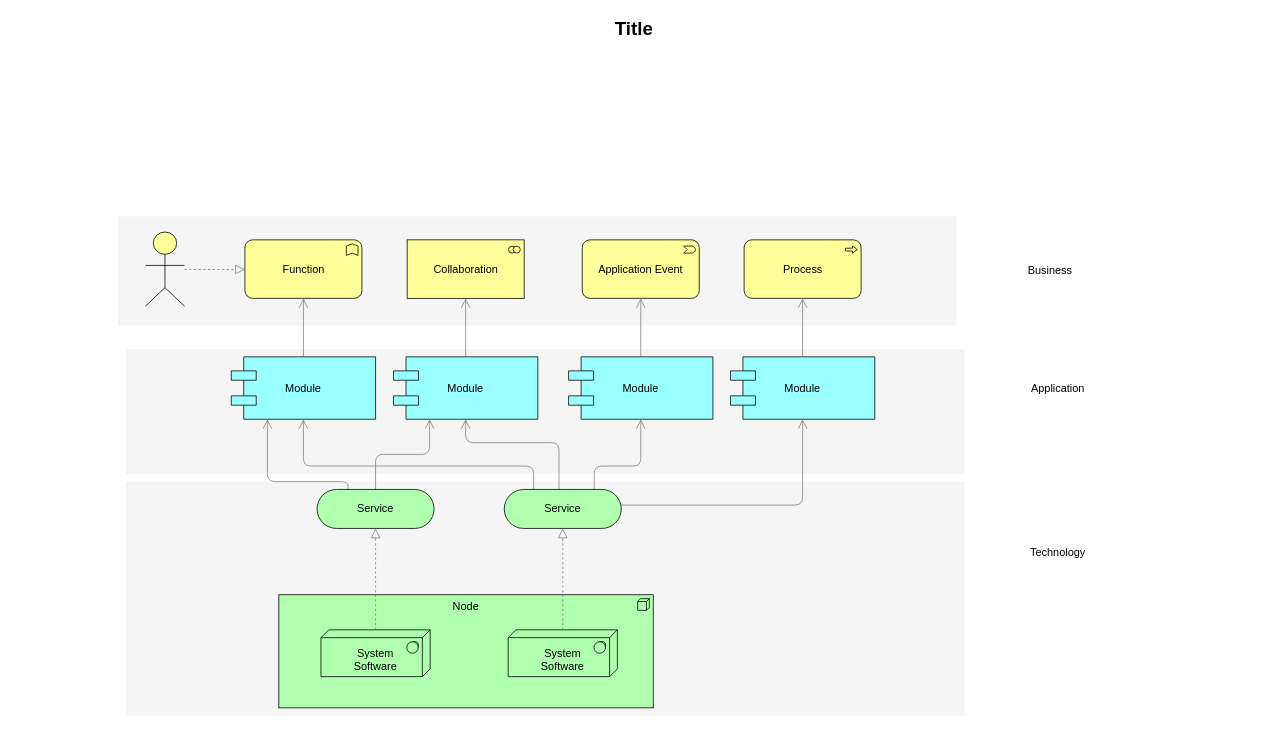
This is 未命名绘图.drawio from napoleon2046/docs, a draw.io file, before an edit. Source tidied: cells renumbered, new cells numbered last; positions are measured from the earlier drawing's top-left corner, leaving out a move shared by most shapes. Both pictures are drawn from the tidied source at 78%, with x=0, y=0 at pixel (13, 13).
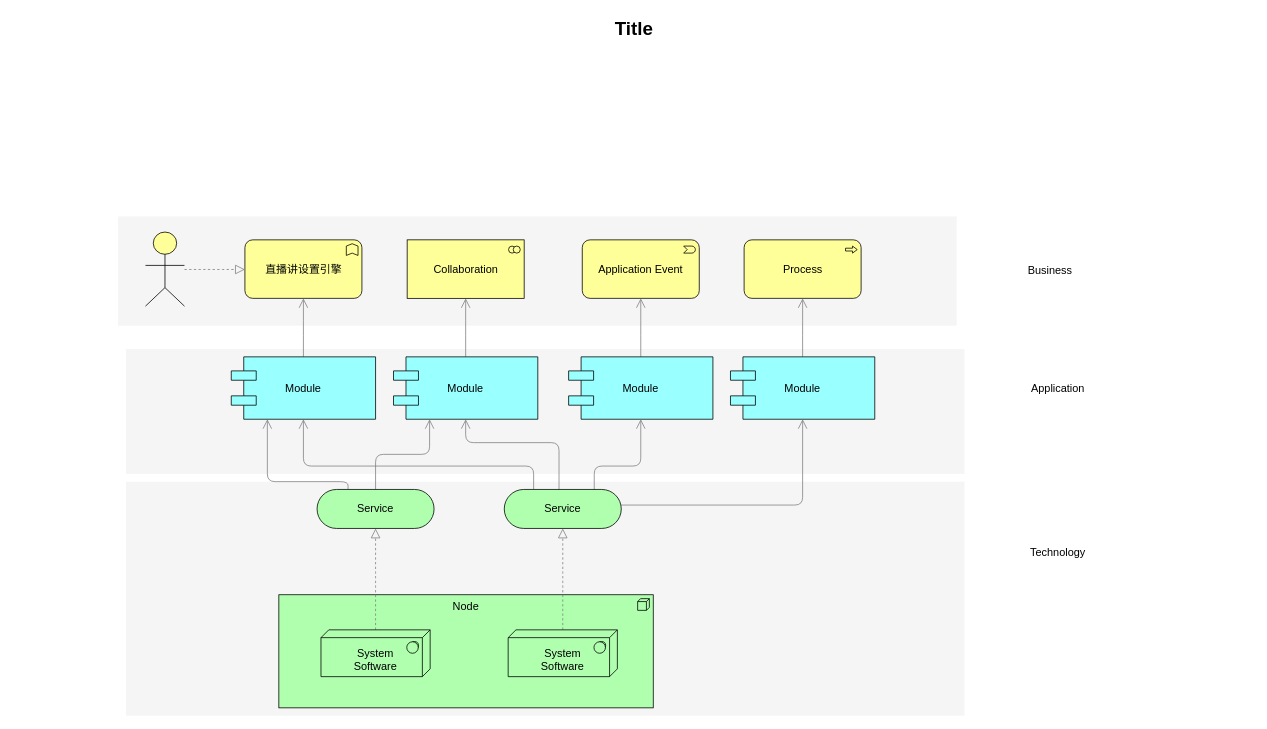
Above is the later version.

Commit message:
更新未命名绘图.drawio

What changed in the source:
```diff
@@
-    <mxCell id="26" value="Function" style="html=1;whiteSpace=wrap;fillColor=#ffff99;shape=mxgraph.archimate3.application;appType=func;archiType=rounded;fontSize=14;" parent="1" vertex="1">
+    <mxCell id="26" value="直播讲设置引擎" style="html=1;whiteSpace=wrap;fillColor=#ffff99;shape=mxgraph.archimate3.application;appType=func;archiType=rounded;fontSize=14;" parent="1" vertex="1">
       <mxGeometry x="296.5" y="290" width="150" height="75" as="geometry" />
     </mxCell>
```
